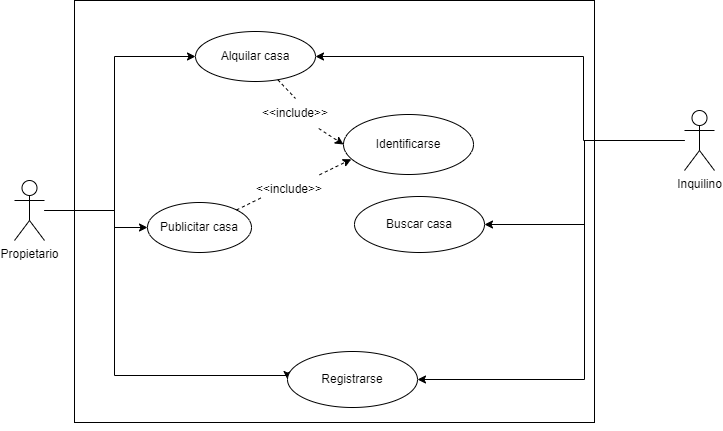
The draw.io diagram img/diagrama caso de uso.drawio .png in nuhazet6/APC-and-Rent, before a commit. Source tidied: cells renumbered, new cells last; positions are measured from the earlier drawing's top-left corner, leaving out a move shared by most shapes.
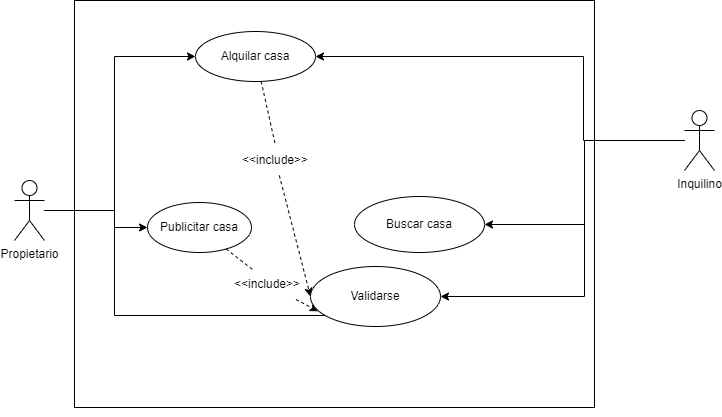
Later version of the same file.

Change to the diagram source:
```diff
@@ -3,7 +3,7 @@
     <mxCell id="0" />
     <mxCell id="1" parent="0" />
     <mxCell id="2" style="rounded=0;whiteSpace=wrap;html=1;" parent="1" vertex="1">
-      <mxGeometry x="60" width="520" height="422" as="geometry" />
+      <mxGeometry x="60" width="520" height="407" as="geometry" />
     </mxCell>
     <mxCell id="3" style="edgeStyle=orthogonalEdgeStyle;rounded=0;jettySize=auto;html=1;entryX=0;entryY=0.5;entryDx=0;entryDy=0;" parent="1" edge="1" source="6" target="8">
       <mxGeometry relative="1" as="geometry">
@@ -21,15 +21,15 @@
         </Array>
       </mxGeometry>
     </mxCell>
-    <mxCell id="5" style="edgeStyle=orthogonalEdgeStyle;rounded=0;jettySize=auto;html=1;entryX=0;entryY=0.5;entryDx=0;entryDy=0;" parent="1" edge="1" source="6" target="16">
-      <mxGeometry relative="1" as="geometry">
-        <Array as="points">
-          <mxPoint x="100" y="210" />
-          <mxPoint x="100" y="375" />
-          <mxPoint x="273" y="375" />
-        </Array>
-      </mxGeometry>
-    </mxCell>
+    <mxCell id="23" style="edgeStyle=orthogonalEdgeStyle;rounded=0;jettySize=auto;html=1;entryX=0;entryY=1;entryDx=0;entryDy=0;" parent="1" edge="1" source="6" target="18">
+      <mxGeometry relative="1" as="geometry">
+        <Array as="points">
+          <mxPoint x="100" y="210" />
+          <mxPoint x="100" y="315" />
+          <mxPoint x="315" y="315" />
+        </Array>
+      </mxGeometry>
+    </mxCell>
     <mxCell id="6" value="Propietario" style="shape=umlActor;verticalLabelPosition=bottom;verticalAlign=top;html=1;outlineConnect=0;" parent="1" vertex="1">
       <mxGeometry y="180" width="30" height="60" as="geometry" />
     </mxCell>
@@ -56,37 +56,34 @@
         </Array>
       </mxGeometry>
     </mxCell>
-    <mxCell id="13" style="edgeStyle=orthogonalEdgeStyle;rounded=0;jettySize=auto;html=1;entryX=1;entryY=0.5;entryDx=0;entryDy=0;" parent="1" edge="1" source="15" target="16">
-      <mxGeometry relative="1" as="geometry">
-        <Array as="points">
-          <mxPoint x="570" y="140" />
-          <mxPoint x="570" y="379" />
-        </Array>
-      </mxGeometry>
-    </mxCell>
     <mxCell id="14" style="edgeStyle=orthogonalEdgeStyle;rounded=0;jettySize=auto;html=1;entryX=1;entryY=0.5;entryDx=0;entryDy=0;" parent="1" edge="1" source="15" target="9">
       <mxGeometry relative="1" as="geometry" />
     </mxCell>
+    <mxCell id="24" style="edgeStyle=orthogonalEdgeStyle;rounded=0;jettySize=auto;html=1;entryX=1;entryY=0.5;entryDx=0;entryDy=0;" parent="1" edge="1" source="15" target="18">
+      <mxGeometry relative="1" as="geometry">
+        <Array as="points">
+          <mxPoint x="570" y="140" />
+          <mxPoint x="570" y="296" />
+        </Array>
+      </mxGeometry>
+    </mxCell>
     <mxCell id="15" value="Inquilino" style="shape=umlActor;verticalLabelPosition=bottom;verticalAlign=top;html=1;" parent="1" vertex="1">
       <mxGeometry x="670" y="110" width="30" height="60" as="geometry" />
     </mxCell>
-    <mxCell id="16" value="Registrarse" style="ellipse;whiteSpace=wrap;html=1;" parent="1" vertex="1">
-      <mxGeometry x="273" y="351" width="130" height="56" as="geometry" />
-    </mxCell>
     <mxCell id="17" style="edgeStyle=orthogonalEdgeStyle;rounded=0;orthogonalLoop=1;jettySize=auto;html=1;exitX=0.5;exitY=1;exitDx=0;exitDy=0;" parent="1" edge="1" source="2" target="2">
       <mxGeometry relative="1" as="geometry" />
     </mxCell>
-    <mxCell id="18" value="Identificarse" style="ellipse;whiteSpace=wrap;html=1;" parent="1" vertex="1">
-      <mxGeometry x="329" y="114" width="130" height="60" as="geometry" />
+    <mxCell id="18" value="Validarse" style="ellipse;whiteSpace=wrap;html=1;" parent="1" vertex="1">
+      <mxGeometry x="296" y="266" width="130" height="60" as="geometry" />
     </mxCell>
     <mxCell id="19" value="&amp;lt;&amp;lt;include&amp;gt;&amp;gt;" style="text;html=1;strokeColor=none;fillColor=none;align=center;verticalAlign=middle;whiteSpace=wrap;rounded=0;" parent="1" vertex="1">
-      <mxGeometry x="245" y="174" width="60" height="30" as="geometry" />
+      <mxGeometry x="223" y="269" width="60" height="30" as="geometry" />
     </mxCell>
-    <mxCell id="20" style="rounded=0;jettySize=auto;html=1;entryX=0.06;entryY=0.746;entryDx=0;entryDy=0;entryPerimeter=0;dashed=1;endArrow=none;elbow=vertical;" parent="1" edge="1" source="11" target="19">
+    <mxCell id="20" style="rounded=0;jettySize=auto;html=1;entryX=0.25;entryY=0;entryDx=0;entryDy=0;dashed=1;endArrow=none;elbow=vertical;" parent="1" edge="1" source="11" target="19">
       <mxGeometry relative="1" as="geometry" />
     </mxCell>
     <mxCell id="21" value="&amp;lt;&amp;lt;include&amp;gt;&amp;gt;" style="text;html=1;strokeColor=none;fillColor=none;align=center;verticalAlign=middle;whiteSpace=wrap;rounded=0;" parent="1" vertex="1">
-      <mxGeometry x="251" y="98" width="60" height="30" as="geometry" />
+      <mxGeometry x="231" y="145" width="60" height="30" as="geometry" />
     </mxCell>
     <mxCell id="22" style="edgeStyle=none;rounded=0;jettySize=auto;html=1;entryX=0.5;entryY=0;entryDx=0;entryDy=0;dashed=1;elbow=vertical;endArrow=none;" parent="1" edge="1" source="8" target="21">
       <mxGeometry relative="1" as="geometry" />
```
